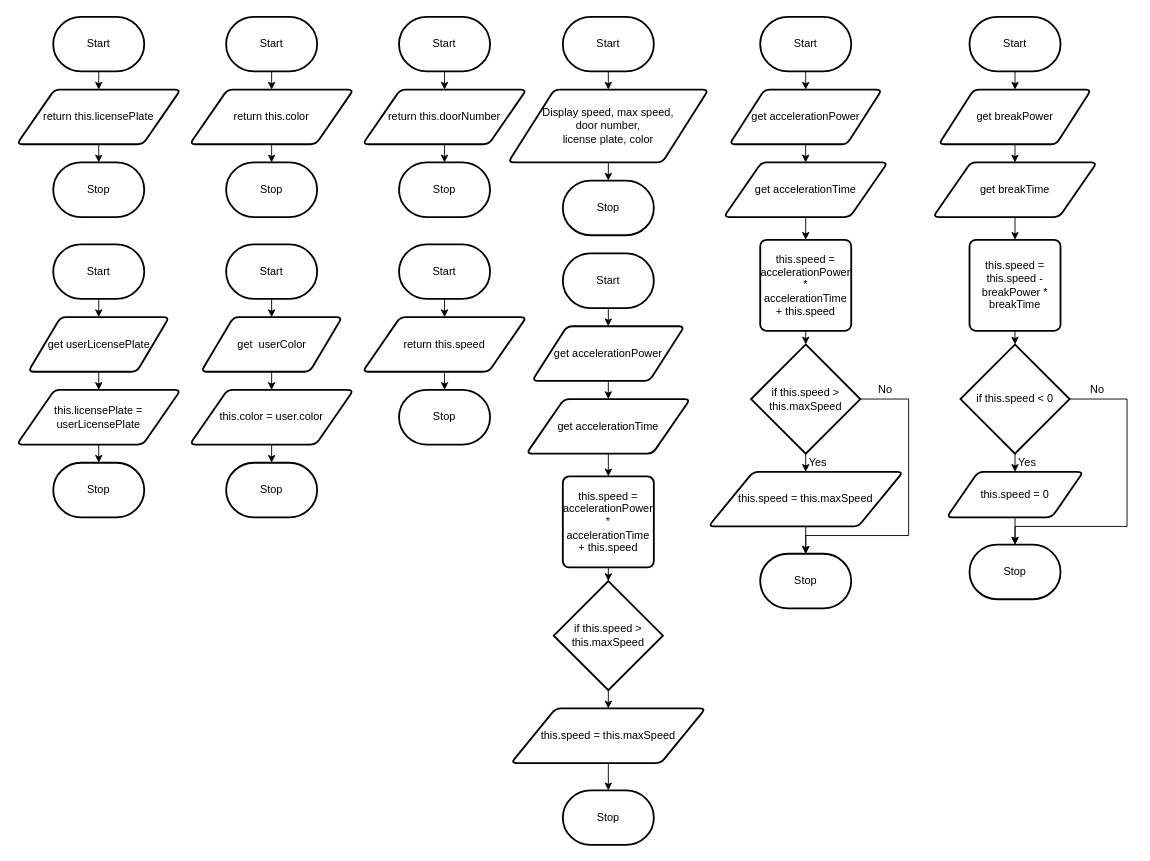
Earlier version of the draw.io diagram flowchart.drawio (Rodas-Nega1/ics4u-unit-2-05-typescript). Source tidied: cells renumbered, new cells numbered last; positions are measured from the earlier drawing's top-left corner, leaving out a move shared by most shapes. Both pictures are drawn from the tidied source at 91%, with x=0, y=0 at pixel (16, 16).
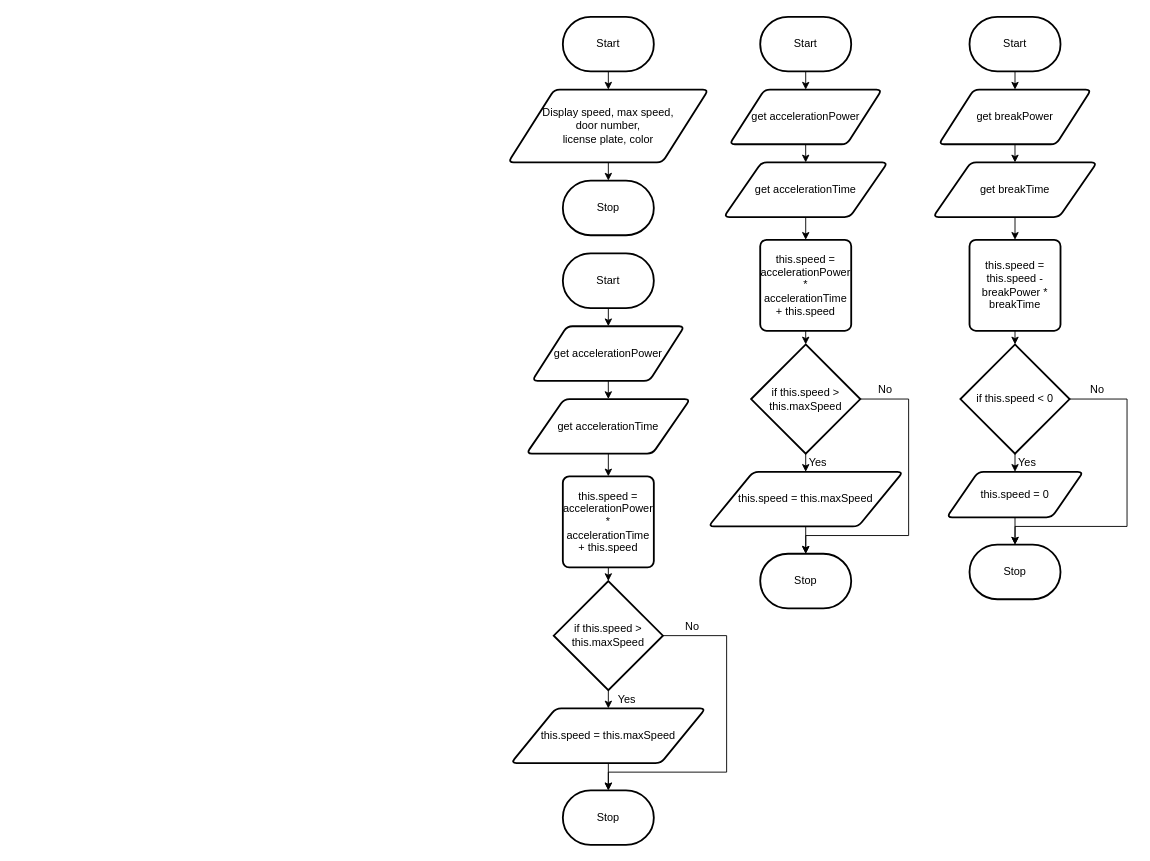
Above is the later version.

Unchanged cells that the change refers to:
```xml
<mxCell id="50" value="if this.speed &amp;gt; this.maxSpeed" style="strokeWidth=2;html=1;shape=mxgraph.flowchart.decision;whiteSpace=wrap;" parent="1" vertex="1">
  <mxGeometry x="590" y="620" width="120" height="120" as="geometry" />
</mxCell>
<mxCell id="53" value="Stop" style="strokeWidth=2;html=1;shape=mxgraph.flowchart.terminator;whiteSpace=wrap;" parent="1" vertex="1">
  <mxGeometry x="600" y="850" width="100" height="60" as="geometry" />
</mxCell>
```

Diff of the diagram source:
```diff
@@
-    <mxCell id="2" style="edgeStyle=none;html=1;" parent="1" edge="1" source="3" target="5">
-      <mxGeometry relative="1" as="geometry" />
-    </mxCell>
-    <mxCell id="3" value="Start" style="strokeWidth=2;html=1;shape=mxgraph.flowchart.terminator;whiteSpace=wrap;" parent="1" vertex="1">
-      <mxGeometry x="40" width="100" height="60" as="geometry" />
-    </mxCell>
-    <mxCell id="4" style="edgeStyle=none;html=1;" parent="1" edge="1" source="5" target="6">
-      <mxGeometry relative="1" as="geometry" />
-    </mxCell>
-    <mxCell id="5" value="return this.licensePlate" style="shape=parallelogram;html=1;strokeWidth=2;perimeter=parallelogramPerimeter;whiteSpace=wrap;rounded=1;arcSize=12;size=0.23;" parent="1" vertex="1">
-      <mxGeometry y="80" width="180" height="60" as="geometry" />
-    </mxCell>
-    <mxCell id="6" value="Stop" style="strokeWidth=2;html=1;shape=mxgraph.flowchart.terminator;whiteSpace=wrap;" parent="1" vertex="1">
-      <mxGeometry x="40" y="160" width="100" height="60" as="geometry" />
-    </mxCell>
-    <mxCell id="7" style="edgeStyle=none;html=1;" parent="1" edge="1" source="8" target="10">
-      <mxGeometry relative="1" as="geometry" />
-    </mxCell>
-    <mxCell id="8" value="Start" style="strokeWidth=2;html=1;shape=mxgraph.flowchart.terminator;whiteSpace=wrap;" parent="1" vertex="1">
-      <mxGeometry x="230" width="100" height="60" as="geometry" />
-    </mxCell>
-    <mxCell id="9" style="edgeStyle=none;html=1;" parent="1" edge="1" source="10" target="11">
-      <mxGeometry relative="1" as="geometry" />
-    </mxCell>
-    <mxCell id="10" value="return this.color" style="shape=parallelogram;html=1;strokeWidth=2;perimeter=parallelogramPerimeter;whiteSpace=wrap;rounded=1;arcSize=12;size=0.23;" parent="1" vertex="1">
-      <mxGeometry x="190" y="80" width="180" height="60" as="geometry" />
-    </mxCell>
-    <mxCell id="11" value="Stop" style="strokeWidth=2;html=1;shape=mxgraph.flowchart.terminator;whiteSpace=wrap;" parent="1" vertex="1">
-      <mxGeometry x="230" y="160" width="100" height="60" as="geometry" />
-    </mxCell>
-    <mxCell id="12" style="edgeStyle=none;html=1;" parent="1" edge="1" source="13">
-      <mxGeometry relative="1" as="geometry">
-        <mxPoint x="90" y="330" as="targetPoint" />
-      </mxGeometry>
-    </mxCell>
-    <mxCell id="13" value="Start" style="strokeWidth=2;html=1;shape=mxgraph.flowchart.terminator;whiteSpace=wrap;" parent="1" vertex="1">
-      <mxGeometry x="40" y="250" width="100" height="60" as="geometry" />
-    </mxCell>
-    <mxCell id="14" value="Stop" style="strokeWidth=2;html=1;shape=mxgraph.flowchart.terminator;whiteSpace=wrap;" parent="1" vertex="1">
-      <mxGeometry x="40" y="490" width="100" height="60" as="geometry" />
-    </mxCell>
-    <mxCell id="15" style="edgeStyle=none;html=1;" parent="1" edge="1" source="16" target="18">
-      <mxGeometry relative="1" as="geometry" />
-    </mxCell>
-    <mxCell id="16" value="get userLicensePlate" style="shape=parallelogram;html=1;strokeWidth=2;perimeter=parallelogramPerimeter;whiteSpace=wrap;rounded=1;arcSize=12;size=0.23;" parent="1" vertex="1">
-      <mxGeometry x="12.5" y="330" width="155" height="60" as="geometry" />
-    </mxCell>
-    <mxCell id="17" style="edgeStyle=none;html=1;" parent="1" edge="1" source="18" target="14">
-      <mxGeometry relative="1" as="geometry" />
-    </mxCell>
-    <mxCell id="18" value="this.licensePlate = userLicensePlate" style="shape=parallelogram;html=1;strokeWidth=2;perimeter=parallelogramPerimeter;whiteSpace=wrap;rounded=1;arcSize=12;size=0.23;" parent="1" vertex="1">
-      <mxGeometry y="410" width="180" height="60" as="geometry" />
-    </mxCell>
-    <mxCell id="19" style="edgeStyle=none;html=1;" parent="1" edge="1" source="20">
-      <mxGeometry relative="1" as="geometry">
-        <mxPoint x="280" y="330" as="targetPoint" />
-      </mxGeometry>
-    </mxCell>
-    <mxCell id="20" value="Start" style="strokeWidth=2;html=1;shape=mxgraph.flowchart.terminator;whiteSpace=wrap;" parent="1" vertex="1">
-      <mxGeometry x="230" y="250" width="100" height="60" as="geometry" />
-    </mxCell>
-    <mxCell id="21" value="Stop" style="strokeWidth=2;html=1;shape=mxgraph.flowchart.terminator;whiteSpace=wrap;" parent="1" vertex="1">
-      <mxGeometry x="230" y="490" width="100" height="60" as="geometry" />
-    </mxCell>
-    <mxCell id="22" style="edgeStyle=none;html=1;" parent="1" edge="1" source="23" target="25">
-      <mxGeometry relative="1" as="geometry" />
-    </mxCell>
-    <mxCell id="23" value="get&amp;nbsp; userColor" style="shape=parallelogram;html=1;strokeWidth=2;perimeter=parallelogramPerimeter;whiteSpace=wrap;rounded=1;arcSize=12;size=0.23;" parent="1" vertex="1">
-      <mxGeometry x="202.5" y="330" width="155" height="60" as="geometry" />
-    </mxCell>
-    <mxCell id="24" style="edgeStyle=none;html=1;" parent="1" edge="1" source="25" target="21">
-      <mxGeometry relative="1" as="geometry" />
-    </mxCell>
-    <mxCell id="25" value="this.color = user.color" style="shape=parallelogram;html=1;strokeWidth=2;perimeter=parallelogramPerimeter;whiteSpace=wrap;rounded=1;arcSize=12;size=0.23;" parent="1" vertex="1">
-      <mxGeometry x="190" y="410" width="180" height="60" as="geometry" />
-    </mxCell>
-    <mxCell id="26" style="edgeStyle=none;html=1;" parent="1" edge="1" source="27" target="29">
-      <mxGeometry relative="1" as="geometry" />
-    </mxCell>
-    <mxCell id="27" value="Start" style="strokeWidth=2;html=1;shape=mxgraph.flowchart.terminator;whiteSpace=wrap;" parent="1" vertex="1">
-      <mxGeometry x="420" width="100" height="60" as="geometry" />
-    </mxCell>
-    <mxCell id="28" style="edgeStyle=none;html=1;" parent="1" edge="1" source="29" target="30">
-      <mxGeometry relative="1" as="geometry" />
-    </mxCell>
-    <mxCell id="29" value="return this.doorNumber" style="shape=parallelogram;html=1;strokeWidth=2;perimeter=parallelogramPerimeter;whiteSpace=wrap;rounded=1;arcSize=12;size=0.23;" parent="1" vertex="1">
-      <mxGeometry x="380" y="80" width="180" height="60" as="geometry" />
-    </mxCell>
-    <mxCell id="30" value="Stop" style="strokeWidth=2;html=1;shape=mxgraph.flowchart.terminator;whiteSpace=wrap;" parent="1" vertex="1">
-      <mxGeometry x="420" y="160" width="100" height="60" as="geometry" />
-    </mxCell>
-    <mxCell id="31" style="edgeStyle=none;html=1;" parent="1" edge="1" source="32" target="34">
-      <mxGeometry relative="1" as="geometry" />
-    </mxCell>
-    <mxCell id="32" value="Start" style="strokeWidth=2;html=1;shape=mxgraph.flowchart.terminator;whiteSpace=wrap;" parent="1" vertex="1">
-      <mxGeometry x="420" y="250" width="100" height="60" as="geometry" />
-    </mxCell>
-    <mxCell id="33" style="edgeStyle=none;html=1;" parent="1" edge="1" source="34" target="35">
-      <mxGeometry relative="1" as="geometry" />
-    </mxCell>
-    <mxCell id="34" value="return this.speed" style="shape=parallelogram;html=1;strokeWidth=2;perimeter=parallelogramPerimeter;whiteSpace=wrap;rounded=1;arcSize=12;size=0.23;" parent="1" vertex="1">
-      <mxGeometry x="380" y="330" width="180" height="60" as="geometry" />
-    </mxCell>
-    <mxCell id="35" value="Stop" style="strokeWidth=2;html=1;shape=mxgraph.flowchart.terminator;whiteSpace=wrap;" parent="1" vertex="1">
-      <mxGeometry x="420" y="410" width="100" height="60" as="geometry" />
-    </mxCell>
@@
+    <mxCell id="86" style="edgeStyle=none;html=1;entryX=0.5;entryY=0;entryDx=0;entryDy=0;entryPerimeter=0;rounded=0;" parent="1" edge="1" source="50" target="53">
+      <mxGeometry relative="1" as="geometry">
+        <Array as="points">
+          <mxPoint x="780" y="680" />
+          <mxPoint x="780" y="830" />
+          <mxPoint x="650" y="830" />
+        </Array>
+      </mxGeometry>
+    </mxCell>
@@
+    <mxCell id="87" value="Yes&lt;br&gt;" style="text;html=1;align=center;verticalAlign=middle;fillColor=none;strokeColor=none;rounded=0;" parent="1" vertex="1">
+      <mxGeometry x="650" y="740" width="40" height="20" as="geometry" />
+    </mxCell>
+    <mxCell id="88" value="No" style="text;html=1;align=center;verticalAlign=middle;fillColor=none;strokeColor=none;rounded=0;" parent="1" vertex="1">
+      <mxGeometry x="726.9" y="660" width="30" height="20" as="geometry" />
+    </mxCell>
```
